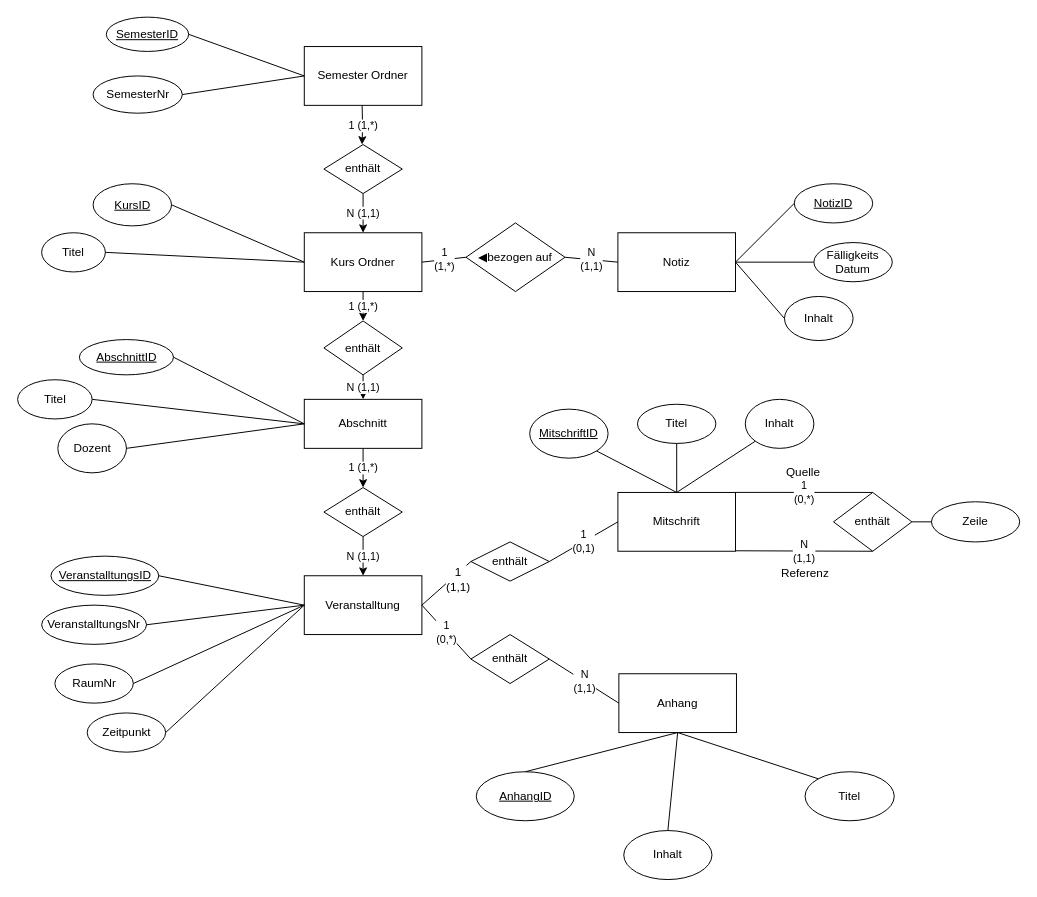
Above: todayERD.drawio in jdsee/today (draw.io), before the change. Source tidied: cells renumbered, new cells numbered last; positions are measured from the earlier drawing's top-left corner, leaving out a move shared by most shapes. Both pictures are drawn from the tidied source at 98%, with x=0, y=0 at pixel (18, 17).
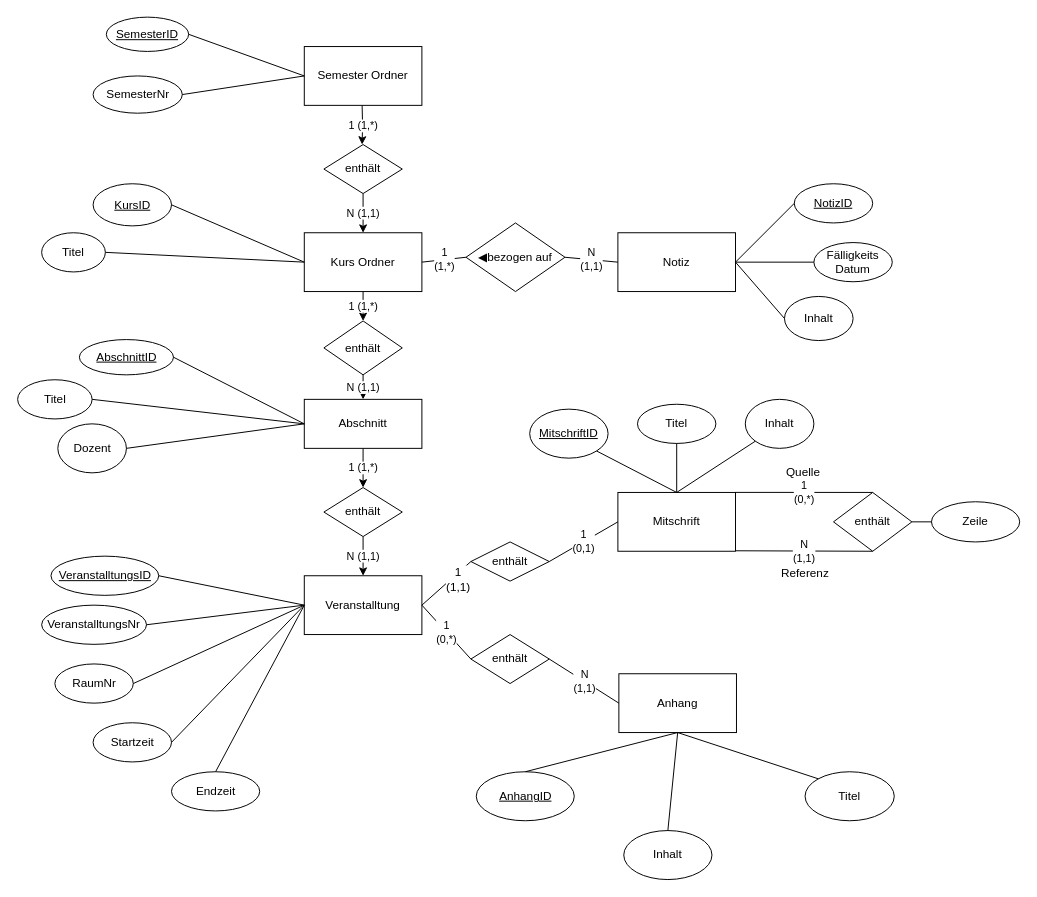
The same page after the edit.

The change refers to these unchanged cells:
```xml
<mxCell id="13" value="Veranstalltung" style="rounded=0;whiteSpace=wrap;html=1;" parent="1" vertex="1">
  <mxGeometry x="292" y="570" width="120" height="60" as="geometry" />
</mxCell>
```

What changed in the source:
```diff
@@
-    <mxCell id="20" value="Zeitpunkt" style="ellipse;whiteSpace=wrap;html=1;" parent="1" vertex="1">
-      <mxGeometry x="70.5" y="710" width="80" height="40" as="geometry" />
+    <mxCell id="20" value="Startzeit" style="ellipse;whiteSpace=wrap;html=1;" parent="1" vertex="1">
+      <mxGeometry x="76.5" y="720" width="80" height="40" as="geometry" />
     </mxCell>
@@
+    <mxCell id="75" value="Endzeit" style="ellipse;whiteSpace=wrap;html=1;" parent="1" vertex="1">
+      <mxGeometry x="156.5" y="770" width="90" height="40" as="geometry" />
+    </mxCell>
+    <mxCell id="76" style="endArrow=none;html=1;entryX=0;entryY=0.5;entryDx=0;entryDy=0;exitX=0.5;exitY=0;exitDx=0;exitDy=0;" parent="1" edge="1" source="75" target="13">
+      <mxGeometry relative="1" as="geometry" />
+    </mxCell>
```
